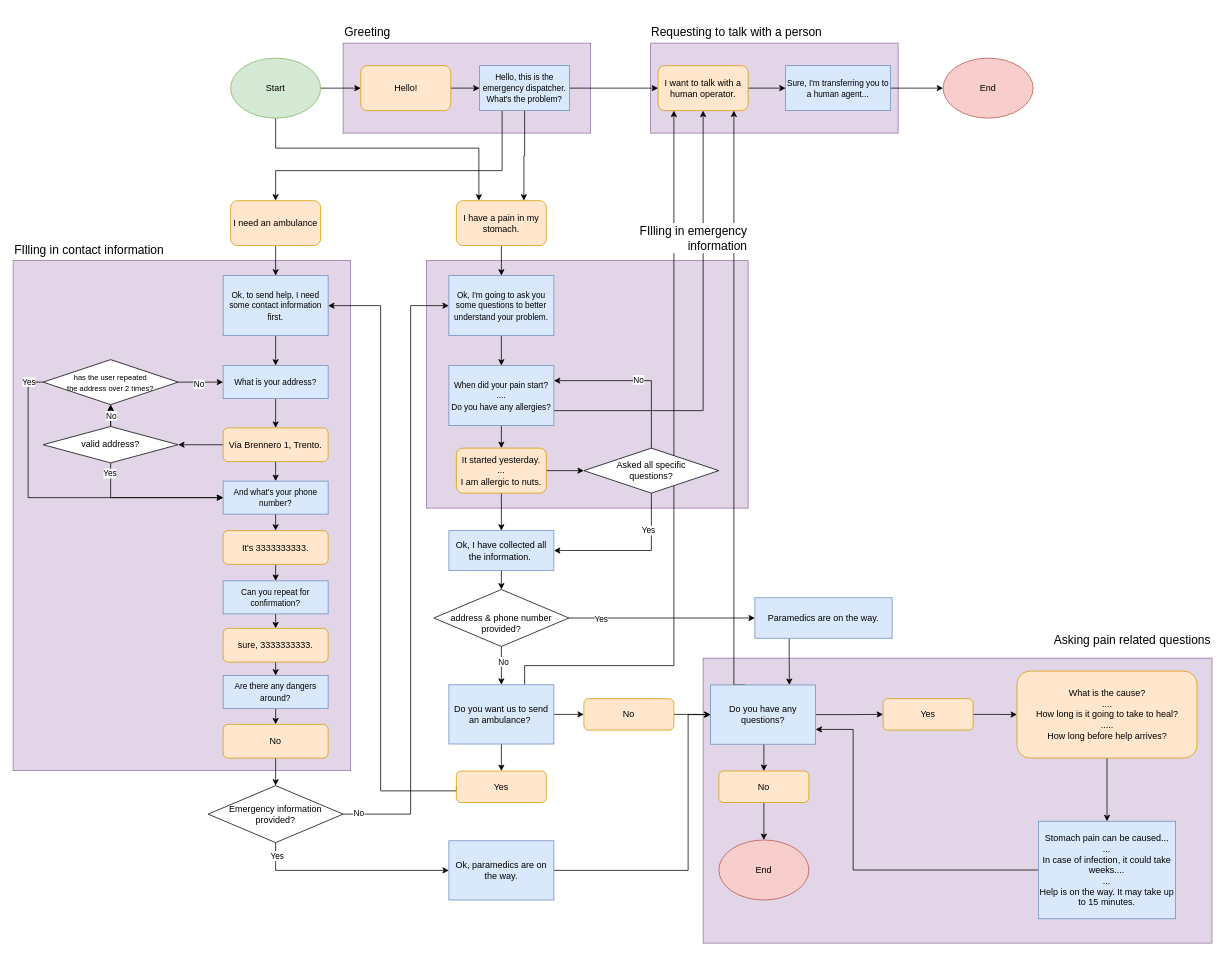
Earlier version of the draw.io diagram design/conversation_flow.drawio (halixness/HMD-Dispatcher). Source tidied: cells renumbered, new cells numbered last; positions are measured from the earlier drawing's top-left corner, leaving out a move shared by most shapes. Both pictures are drawn from the tidied source at 75%, with x=0, y=0 at pixel (13, 20).
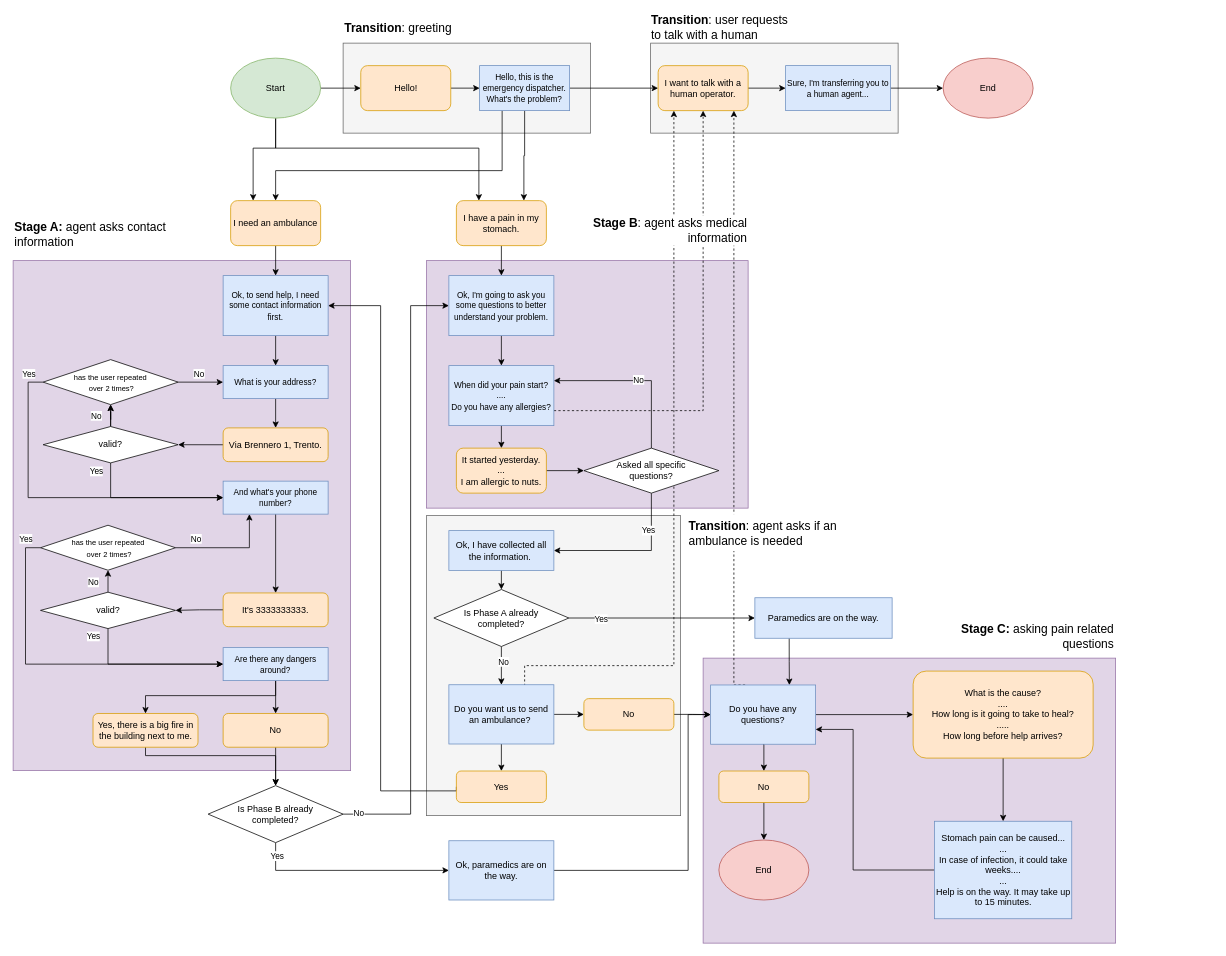
After the change.

The change refers to these unchanged cells:
```xml
<mxCell id="9" value="Start" style="ellipse;whiteSpace=wrap;html=1;fillColor=#d5e8d4;strokeColor=#82b366;" parent="1" vertex="1">
  <mxGeometry x="290" y="50" width="120" height="80" as="geometry" />
</mxCell>
<mxCell id="19" value="I need an ambulance" style="rounded=1;whiteSpace=wrap;html=1;fillColor=#ffe6cc;strokeColor=#d79b00;" parent="1" vertex="1">
  <mxGeometry x="290" y="240" width="120" height="60" as="geometry" />
</mxCell>
<mxCell id="24" value="&lt;span style=&quot;font-size: 11px;&quot;&gt;When did your pain start?&lt;br&gt;....&lt;br&gt;Do you have any allergies?&lt;br&gt;&lt;/span&gt;" style="rounded=0;whiteSpace=wrap;html=1;fillColor=#dae8fc;strokeColor=#6c8ebf;" parent="1" vertex="1">
  <mxGeometry x="581" y="460" width="140" height="80" as="geometry" />
</mxCell>
<mxCell id="27" value="It started yesterday.&lt;br&gt;...&lt;br&gt;I am allergic to nuts." style="rounded=1;whiteSpace=wrap;html=1;fillColor=#ffe6cc;strokeColor=#d79b00;" parent="1" vertex="1">
  <mxGeometry x="591" y="570" width="120" height="60" as="geometry" />
</mxCell>
<mxCell id="38" value="Via Brennero 1, Trento." style="rounded=1;whiteSpace=wrap;html=1;fillColor=#ffe6cc;strokeColor=#d79b00;" parent="1" vertex="1">
  <mxGeometry x="280" y="543" width="140" height="45" as="geometry" />
</mxCell>
<mxCell id="40" style="edgeStyle=orthogonalEdgeStyle;rounded=0;jettySize=auto;html=1;exitX=0.5;exitY=1;exitDx=0;exitDy=0;entryX=0;entryY=0.5;entryDx=0;entryDy=0;" parent="1" edge="1" source="44" target="46">
  <mxGeometry relative="1" as="geometry" />
</mxCell>
<mxCell id="42" style="edgeStyle=orthogonalEdgeStyle;rounded=0;jettySize=auto;html=1;" parent="1" edge="1" source="44" target="51">
  <mxGeometry relative="1" as="geometry" />
</mxCell>
<mxCell id="46" value="&lt;span style=&quot;font-size: 11px;&quot;&gt;And what's your phone number?&lt;br&gt;&lt;/span&gt;" style="rounded=0;whiteSpace=wrap;html=1;fillColor=#dae8fc;strokeColor=#6c8ebf;" parent="1" vertex="1">
  <mxGeometry x="280" y="614" width="140" height="44" as="geometry" />
</mxCell>
<mxCell id="47" style="edgeStyle=orthogonalEdgeStyle;rounded=0;jettySize=auto;html=1;exitX=1;exitY=0.5;exitDx=0;exitDy=0;entryX=0;entryY=0.5;entryDx=0;entryDy=0;" parent="1" edge="1" source="51" target="35">
  <mxGeometry relative="1" as="geometry" />
</mxCell>
<mxCell id="49" style="edgeStyle=orthogonalEdgeStyle;rounded=0;jettySize=auto;html=1;exitX=0;exitY=0.5;exitDx=0;exitDy=0;entryX=0;entryY=0.5;entryDx=0;entryDy=0;" parent="1" edge="1" source="51" target="46">
  <mxGeometry relative="1" as="geometry" />
</mxCell>
<mxCell id="81" value="Do you have any questions?" style="rounded=0;whiteSpace=wrap;html=1;fillColor=#dae8fc;strokeColor=#6c8ebf;" parent="1" vertex="1">
  <mxGeometry x="930" y="885.8" width="140" height="79" as="geometry" />
</mxCell>
<mxCell id="83" value="Ok, I have collected all the information.&amp;nbsp;" style="rounded=0;whiteSpace=wrap;html=1;fillColor=#dae8fc;strokeColor=#6c8ebf;" parent="1" vertex="1">
  <mxGeometry x="581" y="680" width="140" height="53" as="geometry" />
</mxCell>
<mxCell id="99" value="I want to talk with a human operator." style="rounded=1;whiteSpace=wrap;html=1;fillColor=#ffe6cc;strokeColor=#d79b00;" parent="1" vertex="1">
  <mxGeometry x="860" y="60" width="120" height="60" as="geometry" />
</mxCell>
```

Change to the diagram source:
```diff
@@
+    <mxCell id="110" style="rounded=0;whiteSpace=wrap;html=1;fillColor=#f5f5f5;strokeColor=#666666;fontColor=#333333;" parent="1" vertex="1">
+      <mxGeometry x="551" y="660" width="339" height="400" as="geometry" />
+    </mxCell>
-    <mxCell id="2" style="rounded=0;whiteSpace=wrap;html=1;fillColor=#e1d5e7;strokeColor=#9673a6;" parent="1" vertex="1">
+    <mxCell id="2" style="rounded=0;whiteSpace=wrap;html=1;fillColor=#f5f5f5;strokeColor=#666666;fontColor=#333333;" parent="1" vertex="1">
       <mxGeometry x="850" y="30" width="330" height="120" as="geometry" />
     </mxCell>
     <mxCell id="3" style="rounded=0;whiteSpace=wrap;html=1;fillColor=#e1d5e7;strokeColor=#9673a6;" parent="1" vertex="1">
-      <mxGeometry x="920" y="850" width="678.5" height="380" as="geometry" />
+      <mxGeometry x="920" y="850" width="550" height="380" as="geometry" />
     </mxCell>
-    <mxCell id="4" style="rounded=0;whiteSpace=wrap;html=1;fillColor=#e1d5e7;strokeColor=#9673a6;" parent="1" vertex="1">
+    <mxCell id="4" style="rounded=0;whiteSpace=wrap;html=1;fillColor=#f5f5f5;strokeColor=#666666;fontColor=#333333;" parent="1" vertex="1">
       <mxGeometry x="440" y="30" width="330" height="120" as="geometry" />
     </mxCell>
@@
+    <mxCell id="111" style="edgeStyle=orthogonalEdgeStyle;rounded=0;jettySize=auto;html=1;exitX=0.5;exitY=1;exitDx=0;exitDy=0;entryX=0.25;entryY=0;entryDx=0;entryDy=0;" parent="1" edge="1" source="9" target="19">
+      <mxGeometry relative="1" as="geometry">
+        <Array as="points">
+          <mxPoint x="350" y="170" />
+          <mxPoint x="320" y="170" />
+        </Array>
+      </mxGeometry>
+    </mxCell>
@@
-    <mxCell id="23" style="edgeStyle=orthogonalEdgeStyle;rounded=0;jettySize=auto;html=1;exitX=1;exitY=0.75;exitDx=0;exitDy=0;entryX=0.5;entryY=1;entryDx=0;entryDy=0;" parent="1" edge="1" source="24" target="99">
+    <mxCell id="23" style="edgeStyle=orthogonalEdgeStyle;rounded=0;jettySize=auto;html=1;exitX=1;exitY=0.75;exitDx=0;exitDy=0;entryX=0.5;entryY=1;entryDx=0;entryDy=0;dashed=1;" parent="1" edge="1" source="24" target="99">
       <mxGeometry relative="1" as="geometry" />
     </mxCell>
@@
-    <mxCell id="26" style="edgeStyle=orthogonalEdgeStyle;rounded=0;jettySize=auto;html=1;exitX=0.5;exitY=1;exitDx=0;exitDy=0;entryX=0.5;entryY=0;entryDx=0;entryDy=0;" parent="1" edge="1" source="27" target="83">
-      <mxGeometry relative="1" as="geometry" />
-    </mxCell>
@@
-    <mxCell id="37" style="edgeStyle=orthogonalEdgeStyle;rounded=0;jettySize=auto;html=1;exitX=0.5;exitY=1;exitDx=0;exitDy=0;entryX=0.5;entryY=0;entryDx=0;entryDy=0;" parent="1" edge="1" source="38" target="46">
-      <mxGeometry relative="1" as="geometry" />
-    </mxCell>
@@
     <mxCell id="41" value="Yes" style="edgeLabel;html=1;align=center;verticalAlign=middle;" parent="40" vertex="1">
-      <mxGeometry x="-0.86" y="-2" relative="1" as="geometry" />
+      <mxGeometry x="-0.86" y="-2" relative="1" as="geometry">
+        <mxPoint x="-18" y="-3" as="offset" />
+      </mxGeometry>
     </mxCell>
@@
     <mxCell id="43" value="No" style="edgeLabel;html=1;align=center;verticalAlign=middle;" parent="42" vertex="1">
-      <mxGeometry x="0.41" relative="1" as="geometry" />
+      <mxGeometry x="0.41" relative="1" as="geometry">
+        <mxPoint x="-20" as="offset" />
+      </mxGeometry>
     </mxCell>
-    <mxCell id="44" value="valid address?" style="rhombus;whiteSpace=wrap;html=1;" parent="1" vertex="1">
+    <mxCell id="44" value="valid?" style="rhombus;whiteSpace=wrap;html=1;" parent="1" vertex="1">
       <mxGeometry x="40" y="541.2" width="180" height="48.5" as="geometry" />
     </mxCell>
@@
     <mxCell id="48" value="No" style="edgeLabel;html=1;align=center;verticalAlign=middle;" parent="47" vertex="1">
-      <mxGeometry x="-0.1" y="-2" relative="1" as="geometry" />
+      <mxGeometry x="-0.1" y="-2" relative="1" as="geometry">
+        <mxPoint y="-14" as="offset" />
+      </mxGeometry>
     </mxCell>
@@
     <mxCell id="50" value="Yes" style="edgeLabel;html=1;align=center;verticalAlign=middle;" parent="49" vertex="1">
       <mxGeometry x="-0.79" relative="1" as="geometry">
-        <mxPoint y="-27" as="offset" />
+        <mxPoint y="-38" as="offset" />
       </mxGeometry>
     </mxCell>
-    <mxCell id="51" value="&lt;font style=&quot;font-size: 10px;&quot;&gt;has the user repeated &lt;br&gt;the address over 2 times?&lt;/font&gt;" style="rhombus;whiteSpace=wrap;html=1;" parent="1" vertex="1">
+    <mxCell id="51" value="&lt;font style=&quot;font-size: 10px;&quot;&gt;has the user repeated &lt;br&gt;&amp;nbsp;over 2 times?&lt;/font&gt;" style="rhombus;whiteSpace=wrap;html=1;" parent="1" vertex="1">
       <mxGeometry x="40" y="452" width="180" height="60" as="geometry" />
     </mxCell>
-    <mxCell id="52" style="edgeStyle=orthogonalEdgeStyle;rounded=0;jettySize=auto;html=1;exitX=0.5;exitY=1;exitDx=0;exitDy=0;entryX=0.5;entryY=0;entryDx=0;entryDy=0;" parent="1" edge="1" source="53" target="55">
-      <mxGeometry relative="1" as="geometry" />
-    </mxCell>
+    <mxCell id="112" style="edgeStyle=orthogonalEdgeStyle;rounded=0;jettySize=auto;html=1;exitX=0;exitY=0.5;exitDx=0;exitDy=0;entryX=1;entryY=0.5;entryDx=0;entryDy=0;" parent="1" edge="1" source="53" target="119">
+      <mxGeometry relative="1" as="geometry" />
+    </mxCell>
     <mxCell id="53" value="It's 3333333333." style="rounded=1;whiteSpace=wrap;html=1;fillColor=#ffe6cc;strokeColor=#d79b00;" parent="1" vertex="1">
-      <mxGeometry x="280" y="680" width="140" height="45" as="geometry" />
+      <mxGeometry x="280" y="763.1" width="140" height="45" as="geometry" />
     </mxCell>
-    <mxCell id="54" style="edgeStyle=orthogonalEdgeStyle;rounded=0;jettySize=auto;html=1;exitX=0.5;exitY=1;exitDx=0;exitDy=0;entryX=0.5;entryY=0;entryDx=0;entryDy=0;" parent="1" edge="1" source="55" target="57">
-      <mxGeometry relative="1" as="geometry" />
-    </mxCell>
-    <mxCell id="55" value="&lt;span style=&quot;font-size: 11px;&quot;&gt;Can you repeat for confirmation?&lt;br&gt;&lt;/span&gt;" style="rounded=0;whiteSpace=wrap;html=1;fillColor=#dae8fc;strokeColor=#6c8ebf;" parent="1" vertex="1">
-      <mxGeometry x="280" y="747" width="140" height="44" as="geometry" />
-    </mxCell>
-    <mxCell id="56" style="edgeStyle=orthogonalEdgeStyle;rounded=0;jettySize=auto;html=1;exitX=0.5;exitY=1;exitDx=0;exitDy=0;entryX=0.5;entryY=0;entryDx=0;entryDy=0;" parent="1" edge="1" source="57" target="105">
-      <mxGeometry relative="1" as="geometry" />
-    </mxCell>
-    <mxCell id="57" value="sure, 3333333333." style="rounded=1;whiteSpace=wrap;html=1;fillColor=#ffe6cc;strokeColor=#d79b00;" parent="1" vertex="1">
-      <mxGeometry x="280" y="810.3" width="140" height="45" as="geometry" />
-    </mxCell>
@@
-    <mxCell id="62" value="&lt;br&gt;address &amp;amp; phone number provided?" style="rhombus;whiteSpace=wrap;html=1;" parent="1" vertex="1">
+    <mxCell id="62" value="Is Phase A already&lt;br&gt;completed?" style="rhombus;whiteSpace=wrap;html=1;" parent="1" vertex="1">
       <mxGeometry x="561" y="758.5" width="180" height="76" as="geometry" />
     </mxCell>
@@
-    <mxCell id="67" value="Emergency information provided?" style="rhombus;whiteSpace=wrap;html=1;" parent="1" vertex="1">
+    <mxCell id="67" value="Is Phase B already &lt;br&gt;completed?" style="rhombus;whiteSpace=wrap;html=1;" parent="1" vertex="1">
       <mxGeometry x="260" y="1020" width="180" height="76" as="geometry" />
     </mxCell>
-    <mxCell id="68" value="Greeting" style="text;html=1;strokeColor=none;fillColor=none;align=left;verticalAlign=middle;whiteSpace=wrap;rounded=0;fontSize=16;" parent="1" vertex="1">
-      <mxGeometry x="440" width="60" height="30" as="geometry" />
+    <mxCell id="68" value="&lt;b&gt;Transition&lt;/b&gt;: greeting" style="text;html=1;strokeColor=none;fillColor=default;align=left;verticalAlign=middle;whiteSpace=wrap;rounded=0;fontSize=16;" parent="1" vertex="1">
+      <mxGeometry x="440" y="-6" width="180" height="30" as="geometry" />
     </mxCell>
-    <mxCell id="69" value="FIlling in contact information" style="text;html=1;strokeColor=none;fillColor=none;align=left;verticalAlign=middle;whiteSpace=wrap;rounded=0;fontSize=16;" parent="1" vertex="1">
-      <mxGeometry y="290" width="220" height="30" as="geometry" />
+    <mxCell id="69" value="&lt;b&gt;Stage A:&lt;/b&gt; agent asks contact information" style="text;html=1;strokeColor=none;fillColor=default;align=left;verticalAlign=middle;whiteSpace=wrap;rounded=0;fontSize=16;" parent="1" vertex="1">
+      <mxGeometry y="260" width="220" height="50" as="geometry" />
     </mxCell>
@@
-    <mxCell id="72" style="edgeStyle=orthogonalEdgeStyle;rounded=0;orthogonalLoop=1;jettySize=auto;html=1;exitX=1;exitY=0.25;exitDx=0;exitDy=0;entryX=0.5;entryY=1;entryDx=0;entryDy=0;" parent="1" edge="1">
+    <mxCell id="72" style="edgeStyle=orthogonalEdgeStyle;rounded=0;orthogonalLoop=1;jettySize=auto;html=1;exitX=1;exitY=0.25;exitDx=0;exitDy=0;entryX=0.5;entryY=1;entryDx=0;entryDy=0;dashed=1;" parent="1" edge="1">
       <mxGeometry relative="1" as="geometry">
         <mxPoint x="682" y="905.2" as="sourcePoint" />
         <mxPoint x="881" y="120" as="targetPoint" />
         <Array as="points">
           <mxPoint x="682" y="860" />
           <mxPoint x="881" y="860" />
         </Array>
       </mxGeometry>
     </mxCell>
@@
-    <mxCell id="78" style="edgeStyle=orthogonalEdgeStyle;rounded=0;jettySize=auto;html=1;exitX=1;exitY=0.5;exitDx=0;exitDy=0;entryX=0;entryY=0.5;entryDx=0;entryDy=0;" parent="1" edge="1" source="81" target="89">
-      <mxGeometry relative="1" as="geometry" />
-    </mxCell>
@@
-    <mxCell id="80" style="edgeStyle=orthogonalEdgeStyle;rounded=0;orthogonalLoop=1;jettySize=auto;html=1;exitX=0.25;exitY=0;exitDx=0;exitDy=0;entryX=0.75;entryY=1;entryDx=0;entryDy=0;" parent="1" edge="1">
+    <mxCell id="80" style="edgeStyle=orthogonalEdgeStyle;rounded=0;orthogonalLoop=1;jettySize=auto;html=1;exitX=0.25;exitY=0;exitDx=0;exitDy=0;entryX=0.75;entryY=1;entryDx=0;entryDy=0;dashed=1;" parent="1" edge="1">
       <mxGeometry relative="1" as="geometry">
         <mxPoint x="976" y="885.8" as="sourcePoint" />
         <mxPoint x="961" y="120" as="targetPoint" />
         <Array as="points">
           <mxPoint x="961" y="886" />
         </Array>
       </mxGeometry>
     </mxCell>
+    <mxCell id="113" style="edgeStyle=orthogonalEdgeStyle;rounded=0;jettySize=auto;html=1;exitX=1;exitY=0.5;exitDx=0;exitDy=0;entryX=0;entryY=0.5;entryDx=0;entryDy=0;" parent="1" edge="1" source="81" target="94">
+      <mxGeometry relative="1" as="geometry" />
+    </mxCell>
@@
-    <mxCell id="88" style="edgeStyle=orthogonalEdgeStyle;rounded=0;jettySize=auto;html=1;exitX=1;exitY=0.5;exitDx=0;exitDy=0;entryX=0;entryY=0.5;entryDx=0;entryDy=0;" parent="1" edge="1" source="89" target="94">
-      <mxGeometry relative="1" as="geometry" />
-    </mxCell>
-    <mxCell id="89" value="Yes" style="rounded=1;whiteSpace=wrap;html=1;fillColor=#ffe6cc;strokeColor=#d79b00;" parent="1" vertex="1">
-      <mxGeometry x="1160" y="904" width="120" height="42" as="geometry" />
-    </mxCell>
@@
     <mxCell id="94" value="What is the cause?&lt;br&gt;....&lt;br&gt;How long is it going to take to heal?&lt;br&gt;.....&lt;br&gt;How long before help arrives?" style="rounded=1;whiteSpace=wrap;html=1;fillColor=#ffe6cc;strokeColor=#d79b00;" parent="1" vertex="1">
-      <mxGeometry x="1338.5" y="867.3" width="240" height="116" as="geometry" />
+      <mxGeometry x="1200" y="867.3" width="240" height="116" as="geometry" />
     </mxCell>
@@
     <mxCell id="96" value="Stomach pain can be caused...&lt;br&gt;...&lt;br&gt;In case of infection, it could take weeks....&lt;br&gt;...&lt;br&gt;Help is on the way. It may take up to 15 minutes." style="rounded=0;whiteSpace=wrap;html=1;fillColor=#dae8fc;strokeColor=#6c8ebf;" parent="1" vertex="1">
-      <mxGeometry x="1367" y="1067.5" width="183" height="130" as="geometry" />
+      <mxGeometry x="1228.5" y="1067.5" width="183" height="130" as="geometry" />
     </mxCell>
-    <mxCell id="97" value="Asking pain related questions" style="text;html=1;strokeColor=none;fillColor=none;align=right;verticalAlign=middle;whiteSpace=wrap;rounded=0;fontSize=16;" parent="1" vertex="1">
-      <mxGeometry x="1378.5" y="809.5" width="220" height="30" as="geometry" />
+    <mxCell id="97" value="&lt;b&gt;Stage C:&lt;/b&gt; asking pain related questions" style="text;html=1;strokeColor=none;fillColor=default;align=right;verticalAlign=middle;whiteSpace=wrap;rounded=0;fontSize=16;" parent="1" vertex="1">
+      <mxGeometry x="1250" y="800.8" width="220" height="39.5" as="geometry" />
     </mxCell>
@@
-    <mxCell id="102" value="Requesting to talk with a person" style="text;html=1;strokeColor=none;fillColor=none;align=left;verticalAlign=middle;whiteSpace=wrap;rounded=0;fontSize=16;" parent="1" vertex="1">
-      <mxGeometry x="848.5" width="251.5" height="30" as="geometry" />
+    <mxCell id="102" value="&lt;b&gt;Transition&lt;/b&gt;: user requests to talk with a human" style="text;html=1;strokeColor=none;fillColor=default;align=left;verticalAlign=middle;whiteSpace=wrap;rounded=0;fontSize=16;" parent="1" vertex="1">
+      <mxGeometry x="848.5" y="-6" width="201.5" height="30" as="geometry" />
     </mxCell>
@@
+    <mxCell id="114" style="edgeStyle=orthogonalEdgeStyle;rounded=0;jettySize=auto;html=1;exitX=0.5;exitY=1;exitDx=0;exitDy=0;entryX=0.5;entryY=0;entryDx=0;entryDy=0;" parent="1" edge="1" source="105" target="126">
+      <mxGeometry relative="1" as="geometry">
+        <Array as="points">
+          <mxPoint x="350" y="900" />
+          <mxPoint x="177" y="900" />
+        </Array>
+      </mxGeometry>
+    </mxCell>
     <mxCell id="105" value="&lt;span style=&quot;font-size: 11px;&quot;&gt;Are there any dangers around?&lt;br&gt;&lt;/span&gt;" style="rounded=0;whiteSpace=wrap;html=1;fillColor=#dae8fc;strokeColor=#6c8ebf;" parent="1" vertex="1">
-      <mxGeometry x="280" y="873.3" width="140" height="44" as="geometry" />
+      <mxGeometry x="280" y="836" width="140" height="44" as="geometry" />
     </mxCell>
@@
     <mxCell id="107" value="No" style="rounded=1;whiteSpace=wrap;html=1;fillColor=#ffe6cc;strokeColor=#d79b00;" parent="1" vertex="1">
-      <mxGeometry x="280" y="938.3" width="140" height="45" as="geometry" />
+      <mxGeometry x="280" y="923.8" width="140" height="45" as="geometry" />
     </mxCell>
-    <mxCell id="108" value="FIlling in emergency information" style="text;html=1;align=right;verticalAlign=middle;whiteSpace=wrap;rounded=0;fontSize=16;fillColor=#FFFFFF;" parent="1" vertex="1">
-      <mxGeometry x="761" y="270" width="220" height="40" as="geometry" />
+    <mxCell id="108" value="&lt;b&gt;Stage B&lt;/b&gt;: agent asks medical information" style="text;html=1;align=right;verticalAlign=middle;whiteSpace=wrap;rounded=0;fontSize=16;fillColor=#FFFFFF;" parent="1" vertex="1">
+      <mxGeometry x="761" y="260" width="220" height="40" as="geometry" />
     </mxCell>
@@
+    <mxCell id="115" value="Yes" style="edgeLabel;html=1;align=center;verticalAlign=middle;" parent="1" vertex="1">
+      <mxGeometry x="106.5" y="820.5" as="geometry" />
+    </mxCell>
+    <mxCell id="116" value="No" style="edgeLabel;html=1;align=center;verticalAlign=middle;" parent="1" vertex="1">
+      <mxGeometry x="106.6" y="748.2" as="geometry" />
+    </mxCell>
+    <mxCell id="117" style="edgeStyle=orthogonalEdgeStyle;rounded=0;jettySize=auto;html=1;exitX=0.5;exitY=1;exitDx=0;exitDy=0;entryX=0;entryY=0.5;entryDx=0;entryDy=0;" parent="1" edge="1" source="119" target="105">
+      <mxGeometry relative="1" as="geometry" />
+    </mxCell>
+    <mxCell id="118" style="edgeStyle=orthogonalEdgeStyle;rounded=0;jettySize=auto;html=1;exitX=0.5;exitY=0;exitDx=0;exitDy=0;entryX=0.5;entryY=1;entryDx=0;entryDy=0;" parent="1" edge="1" source="119" target="124">
+      <mxGeometry relative="1" as="geometry" />
+    </mxCell>
+    <mxCell id="119" value="valid?" style="rhombus;whiteSpace=wrap;html=1;" parent="1" vertex="1">
+      <mxGeometry x="36.5" y="762.1" width="180" height="48.5" as="geometry" />
+    </mxCell>
+    <mxCell id="120" value="No" style="edgeLabel;html=1;align=center;verticalAlign=middle;" parent="1" vertex="1">
+      <mxGeometry x="243.6" y="690.8" as="geometry" />
+    </mxCell>
+    <mxCell id="121" value="Yes" style="edgeLabel;html=1;align=center;verticalAlign=middle;" parent="1" vertex="1">
+      <mxGeometry x="16.4" y="690.6" as="geometry" />
+    </mxCell>
+    <mxCell id="122" style="edgeStyle=orthogonalEdgeStyle;rounded=0;jettySize=auto;html=1;exitX=0;exitY=0.5;exitDx=0;exitDy=0;entryX=0;entryY=0.5;entryDx=0;entryDy=0;" parent="1" edge="1" source="124" target="105">
+      <mxGeometry relative="1" as="geometry" />
+    </mxCell>
+    <mxCell id="123" style="edgeStyle=orthogonalEdgeStyle;rounded=0;jettySize=auto;html=1;exitX=1;exitY=0.5;exitDx=0;exitDy=0;entryX=0.25;entryY=1;entryDx=0;entryDy=0;" parent="1" edge="1" source="124" target="46">
+      <mxGeometry relative="1" as="geometry" />
+    </mxCell>
+    <mxCell id="124" value="&lt;font style=&quot;font-size: 10px;&quot;&gt;has the user repeated &lt;br&gt;&amp;nbsp;over 2 times?&lt;/font&gt;" style="rhombus;whiteSpace=wrap;html=1;" parent="1" vertex="1">
+      <mxGeometry x="36.5" y="672.8" width="180" height="60" as="geometry" />
+    </mxCell>
+    <mxCell id="125" style="edgeStyle=orthogonalEdgeStyle;rounded=0;jettySize=auto;html=1;exitX=0.5;exitY=1;exitDx=0;exitDy=0;entryX=0.5;entryY=0;entryDx=0;entryDy=0;" parent="1" edge="1" source="126" target="67">
+      <mxGeometry relative="1" as="geometry">
+        <Array as="points">
+          <mxPoint x="177" y="980" />
+          <mxPoint x="350" y="980" />
+        </Array>
+      </mxGeometry>
+    </mxCell>
+    <mxCell id="126" value="Yes, there is a big fire in the building next to me." style="rounded=1;whiteSpace=wrap;html=1;fillColor=#ffe6cc;strokeColor=#d79b00;" parent="1" vertex="1">
+      <mxGeometry x="106.5" y="923.8" width="140" height="45" as="geometry" />
+    </mxCell>
+    <mxCell id="127" value="&lt;b&gt;Transition&lt;/b&gt;: agent asks if an ambulance is needed" style="text;html=1;strokeColor=none;fillColor=default;align=left;verticalAlign=middle;whiteSpace=wrap;rounded=0;fontSize=16;" parent="1" vertex="1">
+      <mxGeometry x="899.2" y="658" width="220" height="49.2" as="geometry" />
+    </mxCell>
```
